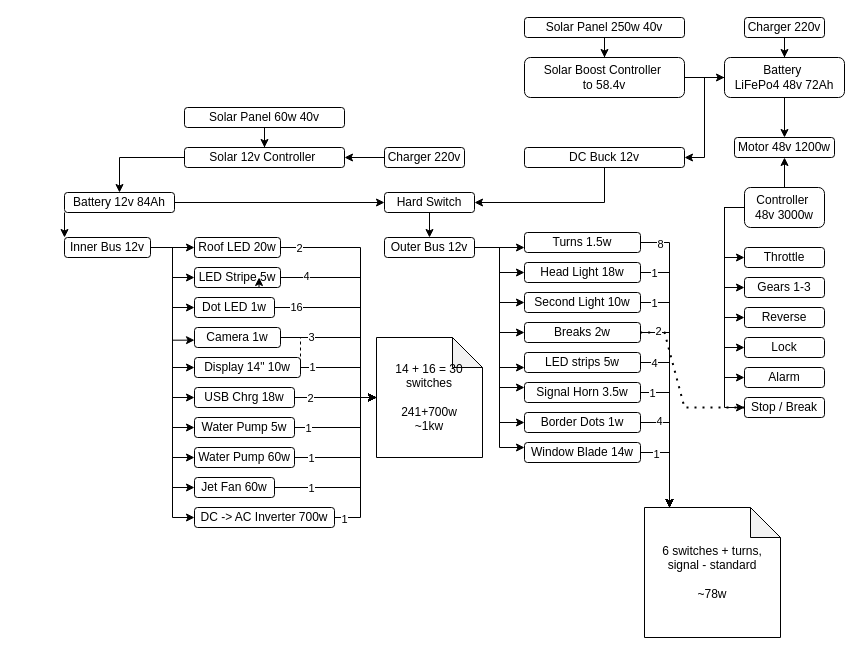
Earlier version of the draw.io diagram ev-controller-scheme.drawio (diviatrix/electric-vehicle-schemes). Source tidied: cells renumbered, new cells numbered last; positions are measured from the earlier drawing's top-left corner, leaving out a move shared by most shapes. Both pictures are drawn from the tidied source at 100%, with x=0, y=0 at pixel (64, 17).
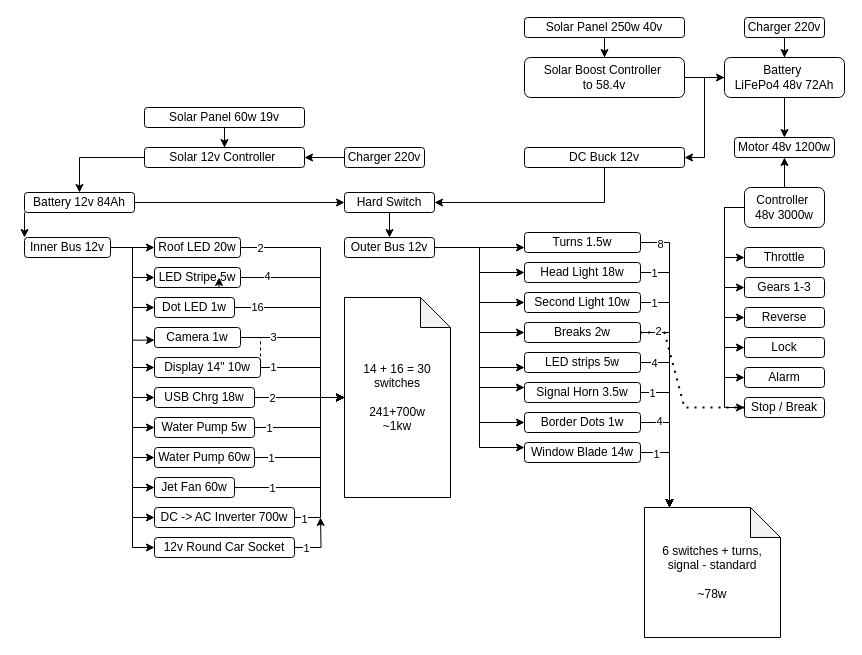
The same diagram, later.

Change to the diagram source:
```diff
@@
     <mxCell id="15" value="&lt;div&gt;Battery&amp;nbsp;&lt;span style=&quot;background-color: transparent; color: light-dark(rgb(0, 0, 0), rgb(255, 255, 255));&quot;&gt;12v 84&lt;/span&gt;&lt;span style=&quot;background-color: transparent; color: light-dark(rgb(0, 0, 0), rgb(255, 255, 255));&quot;&gt;Ah&lt;/span&gt;&lt;/div&gt;" style="rounded=1;whiteSpace=wrap;html=1;" parent="1" vertex="1">
-      <mxGeometry y="175" width="110" height="20" as="geometry" />
+      <mxGeometry x="-40" y="175" width="110" height="20" as="geometry" />
     </mxCell>
     <mxCell id="16" value="DC -&amp;gt; AC&amp;nbsp;&lt;span style=&quot;background-color: transparent; color: light-dark(rgb(0, 0, 0), rgb(255, 255, 255));&quot;&gt;Inverter 700w&lt;/span&gt;" style="rounded=1;whiteSpace=wrap;html=1;" parent="1" vertex="1">
-      <mxGeometry x="130" y="490" width="140" height="20" as="geometry" />
+      <mxGeometry x="90" y="490" width="140" height="20" as="geometry" />
     </mxCell>
     <mxCell id="17" value="&lt;div&gt;Jet Fan 60w&lt;/div&gt;" style="rounded=1;whiteSpace=wrap;html=1;" parent="1" vertex="1">
-      <mxGeometry x="130" y="460" width="80" height="20" as="geometry" />
+      <mxGeometry x="90" y="460" width="80" height="20" as="geometry" />
     </mxCell>
@@
     <mxCell id="26" value="Outer Bus&amp;nbsp;&lt;span style=&quot;background-color: transparent; color: light-dark(rgb(0, 0, 0), rgb(255, 255, 255));&quot;&gt;12v&lt;/span&gt;" style="rounded=1;whiteSpace=wrap;html=1;" parent="1" vertex="1">
-      <mxGeometry x="320" y="220" width="90" height="20" as="geometry" />
+      <mxGeometry x="280" y="220" width="90" height="20" as="geometry" />
     </mxCell>
@@
+    <mxCell id="118" style="edgeStyle=orthogonalEdgeStyle;rounded=0;jettySize=auto;html=1;entryX=0;entryY=0.5;entryDx=0;entryDy=0;" parent="1" edge="1" source="36" target="121">
+      <mxGeometry relative="1" as="geometry" />
+    </mxCell>
     <mxCell id="36" value="Inner Bus&amp;nbsp;&lt;span style=&quot;background-color: transparent; color: light-dark(rgb(0, 0, 0), rgb(255, 255, 255));&quot;&gt;12v&lt;/span&gt;" style="rounded=1;whiteSpace=wrap;html=1;" parent="1" vertex="1">
-      <mxGeometry y="220" width="86" height="20" as="geometry" />
+      <mxGeometry x="-40" y="220" width="86" height="20" as="geometry" />
     </mxCell>
@@
-    <mxCell id="58" value="&lt;div&gt;Solar Panel 60w 40v&lt;/div&gt;" style="rounded=1;whiteSpace=wrap;html=1;" parent="1" vertex="1">
-      <mxGeometry x="120" y="90" width="160" height="20" as="geometry" />
+    <mxCell id="58" value="&lt;div&gt;Solar Panel 60w 19v&lt;/div&gt;" style="rounded=1;whiteSpace=wrap;html=1;" parent="1" vertex="1">
+      <mxGeometry x="80" y="90" width="160" height="20" as="geometry" />
     </mxCell>
@@
     <mxCell id="60" value="&lt;div&gt;Solar 12v Controller&amp;nbsp;&lt;/div&gt;" style="rounded=1;whiteSpace=wrap;html=1;" parent="1" vertex="1">
-      <mxGeometry x="120" y="130" width="160" height="20" as="geometry" />
+      <mxGeometry x="80" y="130" width="160" height="20" as="geometry" />
     </mxCell>
@@
     <mxCell id="62" value="&lt;div&gt;Charger 220v&lt;/div&gt;" style="rounded=1;whiteSpace=wrap;html=1;" parent="1" vertex="1">
-      <mxGeometry x="320" y="130" width="80" height="20" as="geometry" />
+      <mxGeometry x="280" y="130" width="80" height="20" as="geometry" />
     </mxCell>
     <mxCell id="63" value="Roof LED 20w" style="rounded=1;whiteSpace=wrap;html=1;" parent="1" vertex="1">
-      <mxGeometry x="130" y="220" width="86" height="20" as="geometry" />
+      <mxGeometry x="90" y="220" width="86" height="20" as="geometry" />
     </mxCell>
     <mxCell id="64" value="LED Stripe 5w" style="rounded=1;whiteSpace=wrap;html=1;" parent="1" vertex="1">
-      <mxGeometry x="130" y="250" width="86" height="20" as="geometry" />
+      <mxGeometry x="90" y="250" width="86" height="20" as="geometry" />
     </mxCell>
     <mxCell id="65" value="Dot LED 1w" style="rounded=1;whiteSpace=wrap;html=1;" parent="1" vertex="1">
-      <mxGeometry x="130" y="280" width="80" height="20" as="geometry" />
+      <mxGeometry x="90" y="280" width="80" height="20" as="geometry" />
     </mxCell>
     <mxCell id="66" value="Camera 1w" style="rounded=1;whiteSpace=wrap;html=1;" parent="1" vertex="1">
-      <mxGeometry x="130" y="310" width="86" height="20" as="geometry" />
+      <mxGeometry x="90" y="310" width="86" height="20" as="geometry" />
     </mxCell>
     <mxCell id="67" value="Display 14&quot; 10w" style="rounded=1;whiteSpace=wrap;html=1;" parent="1" vertex="1">
-      <mxGeometry x="130" y="340" width="106" height="20" as="geometry" />
+      <mxGeometry x="90" y="340" width="106" height="20" as="geometry" />
     </mxCell>
     <mxCell id="68" value="USB Chrg 18w" style="rounded=1;whiteSpace=wrap;html=1;" parent="1" vertex="1">
-      <mxGeometry x="130" y="370" width="100" height="20" as="geometry" />
+      <mxGeometry x="90" y="370" width="100" height="20" as="geometry" />
     </mxCell>
@@
     <mxCell id="71" value="Water Pump 5w" style="rounded=1;whiteSpace=wrap;html=1;" parent="1" vertex="1">
-      <mxGeometry x="130" y="400" width="100" height="20" as="geometry" />
+      <mxGeometry x="90" y="400" width="100" height="20" as="geometry" />
     </mxCell>
     <mxCell id="72" value="Water Pump 60w" style="rounded=1;whiteSpace=wrap;html=1;" parent="1" vertex="1">
-      <mxGeometry x="130" y="430" width="100" height="20" as="geometry" />
+      <mxGeometry x="90" y="430" width="100" height="20" as="geometry" />
     </mxCell>
@@
     <mxCell id="77" value="Hard Switch" style="rounded=1;whiteSpace=wrap;html=1;" parent="1" vertex="1">
-      <mxGeometry x="320" y="175" width="90" height="20" as="geometry" />
+      <mxGeometry x="280" y="175" width="90" height="20" as="geometry" />
     </mxCell>
     <mxCell id="78" style="endArrow=none;dashed=1;html=1;rounded=0;entryX=1;entryY=0.5;entryDx=0;entryDy=0;exitX=1;exitY=0.5;exitDx=0;exitDy=0;" parent="1" edge="1" source="66" target="67">
       <mxGeometry relative="1" as="geometry">
         <Array as="points">
-          <mxPoint x="236" y="320" />
+          <mxPoint x="196" y="320" />
         </Array>
       </mxGeometry>
     </mxCell>
     <mxCell id="79" value="14 + 16 = 30 switches&lt;br&gt;&lt;br&gt;241+700w&lt;br&gt;~1kw" style="shape=note;whiteSpace=wrap;html=1;backgroundOutline=1;darkOpacity=0.05;" parent="1" vertex="1">
-      <mxGeometry x="312" y="320" width="106" height="120" as="geometry" />
+      <mxGeometry x="280" y="280" width="106" height="200" as="geometry" />
     </mxCell>
     <mxCell id="80" style="edgeStyle=orthogonalEdgeStyle;rounded=0;jettySize=auto;html=1;entryX=0;entryY=0.5;entryDx=0;entryDy=0;entryPerimeter=0;" parent="1" edge="1" source="63" target="79">
       <mxGeometry relative="1" as="geometry">
         <Array as="points">
-          <mxPoint x="296" y="230" />
-          <mxPoint x="296" y="380" />
+          <mxPoint x="256" y="230" />
+          <mxPoint x="256" y="380" />
         </Array>
       </mxGeometry>
     </mxCell>
@@
     <mxCell id="82" style="edgeStyle=orthogonalEdgeStyle;rounded=0;jettySize=auto;html=1;entryX=0;entryY=0.5;entryDx=0;entryDy=0;entryPerimeter=0;" parent="1" edge="1" source="64" target="79">
       <mxGeometry relative="1" as="geometry">
         <Array as="points">
-          <mxPoint x="296" y="260" />
-          <mxPoint x="296" y="380" />
+          <mxPoint x="256" y="260" />
+          <mxPoint x="256" y="380" />
         </Array>
       </mxGeometry>
     </mxCell>
@@
     <mxCell id="85" style="edgeStyle=orthogonalEdgeStyle;rounded=0;jettySize=auto;html=1;entryX=0;entryY=0.5;entryDx=0;entryDy=0;entryPerimeter=0;" parent="1" edge="1" source="65" target="79">
       <mxGeometry relative="1" as="geometry">
         <Array as="points">
-          <mxPoint x="296" y="290" />
-          <mxPoint x="296" y="380" />
+          <mxPoint x="256" y="290" />
+          <mxPoint x="256" y="380" />
         </Array>
       </mxGeometry>
     </mxCell>
@@
     <mxCell id="87" style="edgeStyle=orthogonalEdgeStyle;rounded=0;jettySize=auto;html=1;entryX=0;entryY=0.5;entryDx=0;entryDy=0;entryPerimeter=0;" parent="1" edge="1" source="66" target="79">
       <mxGeometry relative="1" as="geometry">
         <Array as="points">
-          <mxPoint x="296" y="320" />
-          <mxPoint x="296" y="380" />
+          <mxPoint x="256" y="320" />
+          <mxPoint x="256" y="380" />
         </Array>
       </mxGeometry>
     </mxCell>
@@
     <mxCell id="89" style="edgeStyle=orthogonalEdgeStyle;rounded=0;jettySize=auto;html=1;entryX=0;entryY=0.5;entryDx=0;entryDy=0;entryPerimeter=0;" parent="1" edge="1" source="67" target="79">
       <mxGeometry relative="1" as="geometry">
         <Array as="points">
-          <mxPoint x="296" y="350" />
-          <mxPoint x="296" y="380" />
+          <mxPoint x="256" y="350" />
+          <mxPoint x="256" y="380" />
         </Array>
       </mxGeometry>
     </mxCell>
@@
     <mxCell id="93" style="edgeStyle=orthogonalEdgeStyle;rounded=0;jettySize=auto;html=1;entryX=0;entryY=0.5;entryDx=0;entryDy=0;entryPerimeter=0;" parent="1" edge="1" source="71" target="79">
       <mxGeometry relative="1" as="geometry">
         <Array as="points">
-          <mxPoint x="296" y="410" />
-          <mxPoint x="296" y="380" />
+          <mxPoint x="256" y="410" />
+          <mxPoint x="256" y="380" />
         </Array>
       </mxGeometry>
     </mxCell>
@@
     <mxCell id="95" style="edgeStyle=orthogonalEdgeStyle;rounded=0;jettySize=auto;html=1;entryX=0;entryY=0.5;entryDx=0;entryDy=0;entryPerimeter=0;" parent="1" edge="1" source="72" target="79">
       <mxGeometry relative="1" as="geometry">
         <Array as="points">
-          <mxPoint x="296" y="440" />
-          <mxPoint x="296" y="380" />
+          <mxPoint x="256" y="440" />
+          <mxPoint x="256" y="380" />
         </Array>
       </mxGeometry>
     </mxCell>
@@
     <mxCell id="97" style="edgeStyle=orthogonalEdgeStyle;rounded=0;jettySize=auto;html=1;entryX=0;entryY=0.5;entryDx=0;entryDy=0;entryPerimeter=0;" parent="1" edge="1" source="17" target="79">
       <mxGeometry relative="1" as="geometry">
         <Array as="points">
-          <mxPoint x="296" y="470" />
-          <mxPoint x="296" y="380" />
+          <mxPoint x="256" y="470" />
+          <mxPoint x="256" y="380" />
         </Array>
       </mxGeometry>
     </mxCell>
@@
     <mxCell id="99" style="edgeStyle=orthogonalEdgeStyle;rounded=0;jettySize=auto;html=1;entryX=0;entryY=0.5;entryDx=0;entryDy=0;entryPerimeter=0;" parent="1" edge="1" source="16" target="79">
       <mxGeometry relative="1" as="geometry">
         <Array as="points">
-          <mxPoint x="296" y="500" />
-          <mxPoint x="296" y="380" />
+          <mxPoint x="256" y="500" />
+          <mxPoint x="256" y="380" />
         </Array>
       </mxGeometry>
     </mxCell>
@@
+    <mxCell id="119" style="edgeStyle=orthogonalEdgeStyle;rounded=0;jettySize=auto;html=1;" parent="1" edge="1" source="121">
+      <mxGeometry relative="1" as="geometry">
+        <mxPoint x="256" y="500" as="targetPoint" />
+      </mxGeometry>
+    </mxCell>
+    <mxCell id="120" value="1" style="edgeLabel;html=1;align=center;verticalAlign=middle;" parent="119" vertex="1">
+      <mxGeometry x="-0.61" relative="1" as="geometry" />
+    </mxCell>
+    <mxCell id="121" value="12v Round Car Socket" style="rounded=1;whiteSpace=wrap;html=1;" parent="1" vertex="1">
+      <mxGeometry x="90" y="520" width="140" height="20" as="geometry" />
+    </mxCell>
```
